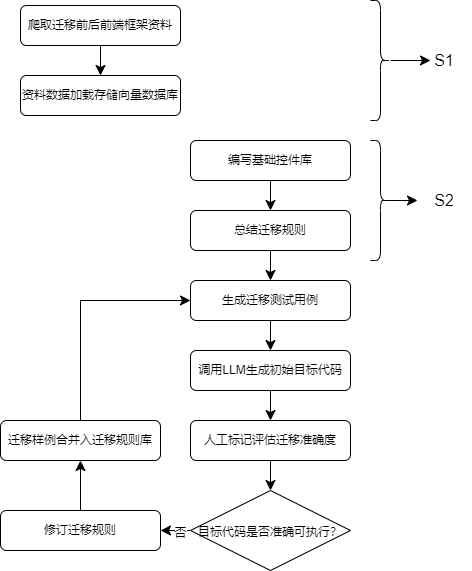
Earlier version of the draw.io export 专利2.drawio.png (fydgmy/jubilant-potato). Source tidied: cells renumbered, new cells last; positions are measured from the earlier drawing's top-left corner, leaving out a move shared by most shapes.
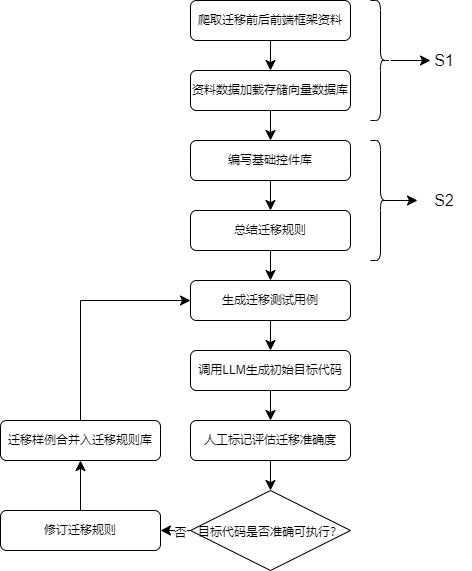
Above is the later version.

Diff of the diagram source:
```diff
@@ -6,10 +6,13 @@
       <mxGeometry relative="1" as="geometry" />
     </mxCell>
     <mxCell id="3" value="爬取迁移前后前端框架资料" style="rounded=1;whiteSpace=wrap;html=1;fontSize=12;glass=0;strokeWidth=1;shadow=0;" parent="1" vertex="1">
-      <mxGeometry x="20" y="5" width="160" height="40" as="geometry" />
+      <mxGeometry x="190" width="160" height="40" as="geometry" />
     </mxCell>
+    <mxCell id="28" style="edgeStyle=none;curved=1;rounded=0;jettySize=auto;html=1;exitX=0.5;exitY=1;exitDx=0;exitDy=0;entryX=0.5;entryY=0;entryDx=0;entryDy=0;fontSize=12;startSize=8;endSize=8;" parent="1" edge="1" source="4" target="6">
+      <mxGeometry relative="1" as="geometry" />
+    </mxCell>
     <mxCell id="4" value="资料数据加载存储向量数据库" style="rounded=1;whiteSpace=wrap;html=1;fontSize=12;glass=0;strokeWidth=1;shadow=0;" parent="1" vertex="1">
-      <mxGeometry x="20" y="75" width="160" height="40" as="geometry" />
+      <mxGeometry x="190" y="70" width="160" height="40" as="geometry" />
     </mxCell>
     <mxCell id="5" style="edgeStyle=none;curved=1;rounded=0;jettySize=auto;html=1;exitX=0.5;exitY=1;exitDx=0;exitDy=0;entryX=0.5;entryY=0;entryDx=0;entryDy=0;fontSize=12;startSize=8;endSize=8;" parent="1" edge="1" source="6" target="11">
       <mxGeometry relative="1" as="geometry" />
```
